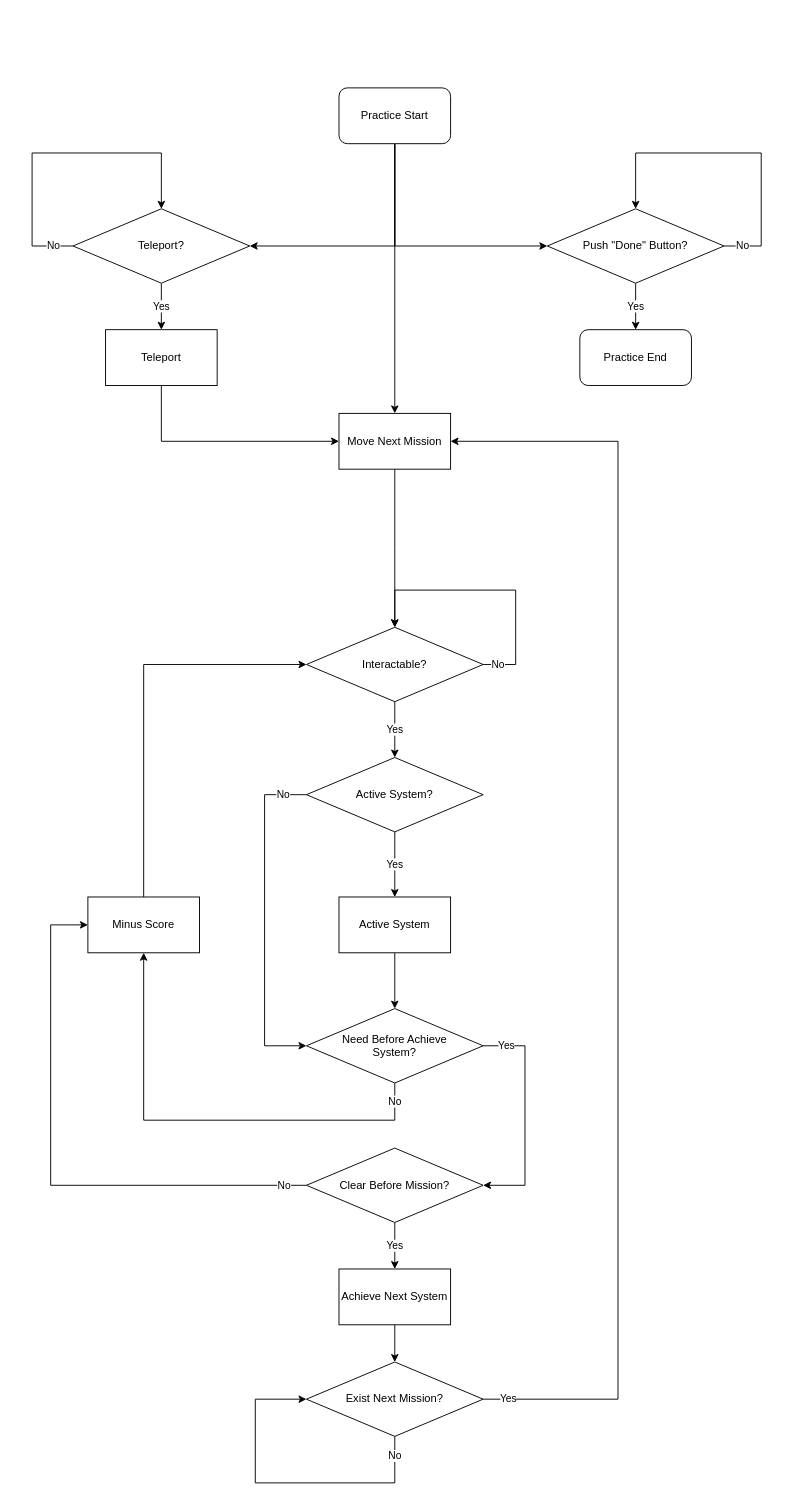
SnowDinn/FlowChart keeps this draw.io diagram as page "Practice System" (8 of 8) of BUKEDU Module FlowChart.drawio. Above is the earlier version. Source tidied: cells renumbered, new cells numbered last; positions are measured from the earlier drawing's top-left corner, leaving out a move shared by most shapes. Both pictures are drawn from the tidied source at 93%, with x=0, y=0 at pixel (32, 87).
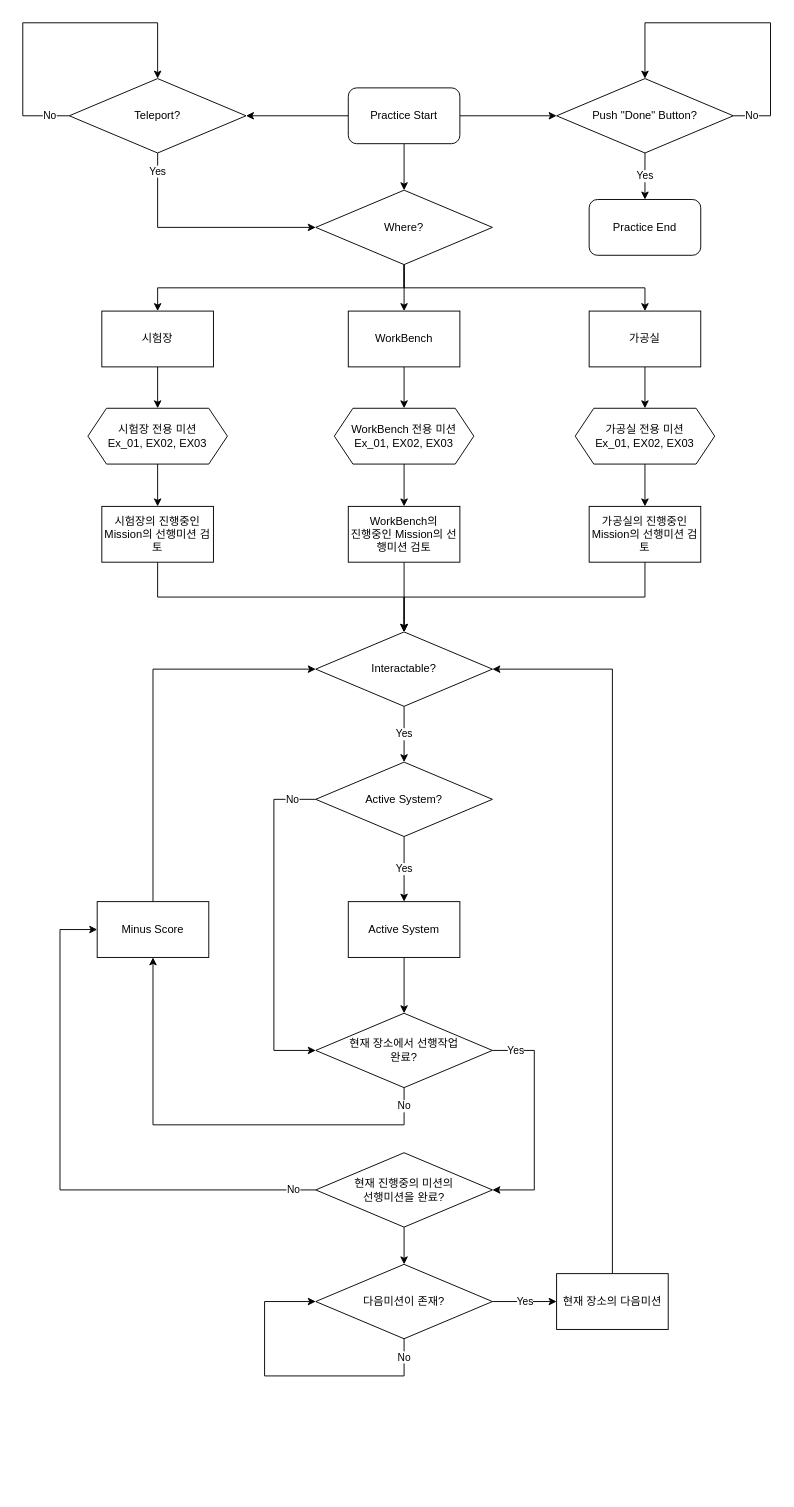
Above is the later version.

Diff of the diagram source:
```diff
@@
-    <mxCell id="2" style="edgeStyle=orthogonalEdgeStyle;rounded=0;jettySize=auto;html=1;exitX=0.5;exitY=1;exitDx=0;exitDy=0;entryX=0;entryY=0.5;entryDx=0;entryDy=0;" parent="1" edge="1" source="5" target="7">
+    <mxCell id="2" style="edgeStyle=orthogonalEdgeStyle;rounded=0;jettySize=auto;html=1;exitX=1;exitY=0.5;exitDx=0;exitDy=0;entryX=0;entryY=0.5;entryDx=0;entryDy=0;" parent="1" edge="1" source="5" target="7">
       <mxGeometry relative="1" as="geometry" />
     </mxCell>
-    <mxCell id="3" style="edgeStyle=orthogonalEdgeStyle;rounded=0;jettySize=auto;html=1;exitX=0.5;exitY=1;exitDx=0;exitDy=0;entryX=1;entryY=0.5;entryDx=0;entryDy=0;" parent="1" edge="1" source="5" target="23">
+    <mxCell id="3" style="edgeStyle=orthogonalEdgeStyle;rounded=0;jettySize=auto;html=1;exitX=0;exitY=0.5;exitDx=0;exitDy=0;entryX=1;entryY=0.5;entryDx=0;entryDy=0;" parent="1" edge="1" source="5" target="23">
       <mxGeometry relative="1" as="geometry" />
     </mxCell>
-    <mxCell id="4" style="edgeStyle=orthogonalEdgeStyle;rounded=0;jettySize=auto;html=1;exitX=0.5;exitY=1;exitDx=0;exitDy=0;entryX=0.5;entryY=0;entryDx=0;entryDy=0;" parent="1" edge="1" source="5" target="29">
-      <mxGeometry relative="1" as="geometry" />
-    </mxCell>
+    <mxCell id="38" style="edgeStyle=orthogonalEdgeStyle;rounded=0;jettySize=auto;html=1;exitX=0.5;exitY=1;exitDx=0;exitDy=0;entryX=0.5;entryY=0;entryDx=0;entryDy=0;" parent="1" edge="1" source="5" target="46">
+      <mxGeometry relative="1" as="geometry" />
+    </mxCell>
     <mxCell id="5" value="Practice Start" style="rounded=1;whiteSpace=wrap;html=1;" parent="1" vertex="1">
-      <mxGeometry x="330" width="120" height="60" as="geometry" />
+      <mxGeometry x="340" width="120" height="60" as="geometry" />
     </mxCell>
@@
     <mxCell id="7" value="Push &quot;Done&quot; Button?" style="rhombus;whiteSpace=wrap;html=1;" parent="1" vertex="1">
-      <mxGeometry x="554" y="130" width="190" height="80" as="geometry" />
+      <mxGeometry x="564" y="-10" width="190" height="80" as="geometry" />
     </mxCell>
@@
     <mxCell id="9" value="No" style="edgeStyle=orthogonalEdgeStyle;rounded=0;jettySize=auto;html=1;exitX=0;exitY=0.5;exitDx=0;exitDy=0;entryX=0;entryY=0.5;entryDx=0;entryDy=0;" parent="1" edge="1" source="10" target="17">
       <mxGeometry x="-0.86" relative="1" as="geometry">
         <Array as="points">
-          <mxPoint x="250" y="760" />
-          <mxPoint x="250" y="1030" />
+          <mxPoint x="260" y="765" />
+          <mxPoint x="260" y="1035" />
         </Array>
       </mxGeometry>
     </mxCell>
     <mxCell id="10" value="Active System?" style="rhombus;whiteSpace=wrap;html=1;" parent="1" vertex="1">
-      <mxGeometry x="295" y="720" width="190" height="80" as="geometry" />
+      <mxGeometry x="305" y="725" width="190" height="80" as="geometry" />
     </mxCell>
@@
     <mxCell id="12" value="Minus Score" style="rounded=0;whiteSpace=wrap;html=1;" parent="1" vertex="1">
-      <mxGeometry x="60" y="870" width="120" height="60" as="geometry" />
+      <mxGeometry x="70" y="875" width="120" height="60" as="geometry" />
     </mxCell>
@@
     <mxCell id="14" value="Interactable?" style="rhombus;whiteSpace=wrap;html=1;" parent="1" vertex="1">
-      <mxGeometry x="295" y="580" width="190" height="80" as="geometry" />
+      <mxGeometry x="305" y="585" width="190" height="80" as="geometry" />
     </mxCell>
     <mxCell id="15" value="No" style="edgeStyle=orthogonalEdgeStyle;rounded=0;jettySize=auto;html=1;exitX=0.5;exitY=1;exitDx=0;exitDy=0;entryX=0.5;entryY=1;entryDx=0;entryDy=0;" parent="1" edge="1" source="17" target="12">
       <mxGeometry x="-0.92" relative="1" as="geometry">
         <Array as="points">
-          <mxPoint x="390" y="1110" />
-          <mxPoint x="120" y="1110" />
+          <mxPoint x="400" y="1115" />
+          <mxPoint x="130" y="1115" />
         </Array>
       </mxGeometry>
     </mxCell>
     <mxCell id="16" value="Yes" style="edgeStyle=orthogonalEdgeStyle;rounded=0;jettySize=auto;html=1;exitX=1;exitY=0.5;exitDx=0;exitDy=0;entryX=1;entryY=0.5;entryDx=0;entryDy=0;" parent="1" edge="1" source="17" target="34">
       <mxGeometry x="-0.79" relative="1" as="geometry">
         <Array as="points">
-          <mxPoint x="530" y="1030" />
-          <mxPoint x="530" y="1180" />
+          <mxPoint x="540" y="1035" />
+          <mxPoint x="540" y="1185" />
         </Array>
       </mxGeometry>
     </mxCell>
-    <mxCell id="17" value="Need Before A&lt;span style=&quot;font-family: , &amp;#34;gulim&amp;#34; , &amp;#34;helvetica&amp;#34; , &amp;#34;나눔바른고딕 옛한글&amp;#34; , &amp;#34;nanumbarungothic yethangul&amp;#34; , , sans-serif ; text-align: left ; background-color: rgb(255 , 255 , 255)&quot;&gt;chieve&lt;/span&gt;&lt;br&gt;System?" style="rhombus;whiteSpace=wrap;html=1;" parent="1" vertex="1">
-      <mxGeometry x="295" y="990" width="190" height="80" as="geometry" />
+    <mxCell id="17" value="현재 장소에서 선행작업&lt;br&gt;완료?" style="rhombus;whiteSpace=wrap;html=1;" parent="1" vertex="1">
+      <mxGeometry x="305" y="995" width="190" height="80" as="geometry" />
     </mxCell>
@@
     <mxCell id="19" value="Active System" style="rounded=0;whiteSpace=wrap;html=1;" parent="1" vertex="1">
-      <mxGeometry x="330" y="870" width="120" height="60" as="geometry" />
+      <mxGeometry x="340" y="875" width="120" height="60" as="geometry" />
     </mxCell>
     <mxCell id="20" value="Practice End" style="rounded=1;whiteSpace=wrap;html=1;" parent="1" vertex="1">
-      <mxGeometry x="589" y="260" width="120" height="60" as="geometry" />
+      <mxGeometry x="599" y="120" width="120" height="60" as="geometry" />
     </mxCell>
-    <mxCell id="21" value="No" style="edgeStyle=orthogonalEdgeStyle;rounded=0;orthogonalLoop=1;jettySize=auto;html=1;exitX=1;exitY=0.5;exitDx=0;exitDy=0;entryX=0.5;entryY=0;entryDx=0;entryDy=0;" parent="1" edge="1" source="14" target="14">
-      <mxGeometry x="-0.89" relative="1" as="geometry">
-        <Array as="points">
-          <mxPoint x="520" y="620" />
-          <mxPoint x="520" y="540" />
-          <mxPoint x="390" y="540" />
-        </Array>
-      </mxGeometry>
-    </mxCell>
-    <mxCell id="22" value="Yes" style="edgeStyle=orthogonalEdgeStyle;rounded=0;jettySize=auto;html=1;exitX=0.5;exitY=1;exitDx=0;exitDy=0;entryX=0.5;entryY=0;entryDx=0;entryDy=0;" parent="1" edge="1" source="23" target="25">
-      <mxGeometry relative="1" as="geometry" />
-    </mxCell>
+    <mxCell id="39" value="Yes" style="edgeStyle=orthogonalEdgeStyle;rounded=0;jettySize=auto;html=1;exitX=0.5;exitY=1;exitDx=0;exitDy=0;entryX=0;entryY=0.5;entryDx=0;entryDy=0;" parent="1" edge="1" source="23" target="46">
+      <mxGeometry x="-0.84" relative="1" as="geometry" />
+    </mxCell>
     <mxCell id="23" value="Teleport?" style="rhombus;whiteSpace=wrap;html=1;" parent="1" vertex="1">
-      <mxGeometry x="44" y="130" width="190" height="80" as="geometry" />
+      <mxGeometry x="40" y="-10" width="190" height="80" as="geometry" />
     </mxCell>
-    <mxCell id="24" style="edgeStyle=orthogonalEdgeStyle;rounded=0;jettySize=auto;html=1;exitX=0.5;exitY=1;exitDx=0;exitDy=0;entryX=0;entryY=0.5;entryDx=0;entryDy=0;" parent="1" edge="1" source="25" target="29">
-      <mxGeometry relative="1" as="geometry" />
-    </mxCell>
-    <mxCell id="25" value="Teleport" style="rounded=0;whiteSpace=wrap;html=1;" parent="1" vertex="1">
-      <mxGeometry x="79" y="260" width="120" height="60" as="geometry" />
-    </mxCell>
     <mxCell id="26" value="No" style="edgeStyle=orthogonalEdgeStyle;rounded=0;orthogonalLoop=1;jettySize=auto;html=1;exitX=0;exitY=0.5;exitDx=0;exitDy=0;entryX=0.5;entryY=0;entryDx=0;entryDy=0;" parent="1" edge="1" source="23" target="23">
       <mxGeometry x="-0.88" relative="1" as="geometry">
         <Array as="points">
-          <mxPoint y="170" />
-          <mxPoint y="70" />
-          <mxPoint x="139" y="70" />
+          <mxPoint x="-10" y="30" />
+          <mxPoint x="-10" y="-70" />
+          <mxPoint x="135" y="-70" />
         </Array>
       </mxGeometry>
     </mxCell>
     <mxCell id="27" value="No" style="edgeStyle=orthogonalEdgeStyle;rounded=0;orthogonalLoop=1;jettySize=auto;html=1;exitX=1;exitY=0.5;exitDx=0;exitDy=0;entryX=0.5;entryY=0;entryDx=0;entryDy=0;" parent="1" edge="1" source="7" target="7">
       <mxGeometry x="-0.88" relative="1" as="geometry">
         <Array as="points">
-          <mxPoint x="784" y="170" />
-          <mxPoint x="784" y="70" />
-          <mxPoint x="649" y="70" />
+          <mxPoint x="794" y="30" />
+          <mxPoint x="794" y="-70" />
+          <mxPoint x="659" y="-70" />
         </Array>
       </mxGeometry>
     </mxCell>
-    <mxCell id="28" style="edgeStyle=orthogonalEdgeStyle;rounded=0;jettySize=auto;html=1;exitX=0.5;exitY=1;exitDx=0;exitDy=0;" parent="1" edge="1" source="29">
-      <mxGeometry relative="1" as="geometry">
-        <mxPoint x="390" y="580" as="targetPoint" />
-      </mxGeometry>
-    </mxCell>
-    <mxCell id="29" value="Move Next Mission" style="rounded=0;whiteSpace=wrap;html=1;" parent="1" vertex="1">
-      <mxGeometry x="330" y="350" width="120" height="60" as="geometry" />
-    </mxCell>
-    <mxCell id="30" value="Yes" style="edgeStyle=orthogonalEdgeStyle;rounded=0;jettySize=auto;html=1;exitX=1;exitY=0.5;exitDx=0;exitDy=0;entryX=1;entryY=0.5;entryDx=0;entryDy=0;" parent="1" edge="1" source="31" target="29">
-      <mxGeometry x="-0.96" relative="1" as="geometry">
-        <Array as="points">
-          <mxPoint x="630" y="1410" />
-          <mxPoint x="630" y="380" />
-        </Array>
-      </mxGeometry>
-    </mxCell>
+    <mxCell id="40" value="Yes" style="edgeStyle=orthogonalEdgeStyle;rounded=0;jettySize=auto;html=1;exitX=1;exitY=0.5;exitDx=0;exitDy=0;entryX=0;entryY=0.5;entryDx=0;entryDy=0;" parent="1" edge="1" source="31" target="36">
+      <mxGeometry relative="1" as="geometry" />
+    </mxCell>
-    <mxCell id="31" value="Exist Next Mission?" style="rhombus;whiteSpace=wrap;html=1;" parent="1" vertex="1">
-      <mxGeometry x="295" y="1370" width="190" height="80" as="geometry" />
+    <mxCell id="31" value="다음미션이 존재?" style="rhombus;whiteSpace=wrap;html=1;" parent="1" vertex="1">
+      <mxGeometry x="305" y="1265" width="190" height="80" as="geometry" />
     </mxCell>
     <mxCell id="32" value="No" style="edgeStyle=orthogonalEdgeStyle;rounded=0;jettySize=auto;html=1;exitX=0;exitY=0.5;exitDx=0;exitDy=0;entryX=0;entryY=0.5;entryDx=0;entryDy=0;" parent="1" edge="1" source="34" target="12">
       <mxGeometry x="-0.92" relative="1" as="geometry">
         <Array as="points">
-          <mxPoint x="20" y="1180" />
-          <mxPoint x="20" y="900" />
+          <mxPoint x="30" y="1185" />
+          <mxPoint x="30" y="905" />
         </Array>
       </mxGeometry>
     </mxCell>
-    <mxCell id="33" value="Yes" style="edgeStyle=orthogonalEdgeStyle;rounded=0;jettySize=auto;html=1;exitX=0.5;exitY=1;exitDx=0;exitDy=0;entryX=0.5;entryY=0;entryDx=0;entryDy=0;" parent="1" edge="1" source="34" target="36">
-      <mxGeometry relative="1" as="geometry" />
-    </mxCell>
+    <mxCell id="41" style="edgeStyle=orthogonalEdgeStyle;rounded=0;jettySize=auto;html=1;exitX=0.5;exitY=1;exitDx=0;exitDy=0;" parent="1" edge="1" source="34" target="31">
+      <mxGeometry relative="1" as="geometry" />
+    </mxCell>
-    <mxCell id="34" value="Clear Before Mission?" style="rhombus;whiteSpace=wrap;html=1;" parent="1" vertex="1">
-      <mxGeometry x="295" y="1140" width="190" height="80" as="geometry" />
+    <mxCell id="34" value="현재 진행중의 미션의&lt;br&gt;선행미션을 완료?" style="rhombus;whiteSpace=wrap;html=1;" parent="1" vertex="1">
+      <mxGeometry x="305" y="1145" width="190" height="80" as="geometry" />
     </mxCell>
-    <mxCell id="35" style="edgeStyle=orthogonalEdgeStyle;rounded=0;jettySize=auto;html=1;exitX=0.5;exitY=1;exitDx=0;exitDy=0;" parent="1" edge="1" source="36" target="31">
-      <mxGeometry relative="1" as="geometry" />
-    </mxCell>
+    <mxCell id="42" style="edgeStyle=orthogonalEdgeStyle;rounded=0;jettySize=auto;html=1;exitX=0.5;exitY=0;exitDx=0;exitDy=0;entryX=1;entryY=0.5;entryDx=0;entryDy=0;" parent="1" edge="1" source="36" target="14">
+      <mxGeometry relative="1" as="geometry" />
+    </mxCell>
-    <mxCell id="36" value="&lt;span style=&quot;font-family: , &amp;#34;gulim&amp;#34; , &amp;#34;helvetica&amp;#34; , &amp;#34;나눔바른고딕 옛한글&amp;#34; , &amp;#34;nanumbarungothic yethangul&amp;#34; , , sans-serif ; text-align: left ; background-color: rgb(255 , 255 , 255)&quot;&gt;Achieve Next System&lt;/span&gt;" style="rounded=0;whiteSpace=wrap;html=1;" parent="1" vertex="1">
-      <mxGeometry x="330" y="1270" width="120" height="60" as="geometry" />
+    <mxCell id="36" value="&lt;span style=&quot;font-family: , &amp;#34;gulim&amp;#34; , &amp;#34;helvetica&amp;#34; , &amp;#34;나눔바른고딕 옛한글&amp;#34; , &amp;#34;nanumbarungothic yethangul&amp;#34; , , sans-serif ; text-align: left ; background-color: rgb(255 , 255 , 255)&quot;&gt;현재 장소의 다음미션&lt;/span&gt;" style="rounded=0;whiteSpace=wrap;html=1;" parent="1" vertex="1">
+      <mxGeometry x="564" y="1275" width="120" height="60" as="geometry" />
     </mxCell>
+    <mxCell id="43" style="edgeStyle=orthogonalEdgeStyle;rounded=0;jettySize=auto;html=1;exitX=0.5;exitY=1;exitDx=0;exitDy=0;entryX=0.5;entryY=0;entryDx=0;entryDy=0;" parent="1" edge="1" source="46" target="48">
+      <mxGeometry relative="1" as="geometry" />
+    </mxCell>
+    <mxCell id="44" style="edgeStyle=orthogonalEdgeStyle;rounded=0;jettySize=auto;html=1;exitX=0.5;exitY=1;exitDx=0;exitDy=0;entryX=0.5;entryY=0;entryDx=0;entryDy=0;" parent="1" edge="1" source="46" target="50">
+      <mxGeometry relative="1" as="geometry" />
+    </mxCell>
+    <mxCell id="45" style="edgeStyle=orthogonalEdgeStyle;rounded=0;jettySize=auto;html=1;exitX=0.5;exitY=1;exitDx=0;exitDy=0;" parent="1" edge="1" source="46" target="52">
+      <mxGeometry relative="1" as="geometry" />
+    </mxCell>
+    <mxCell id="46" value="Where?" style="rhombus;whiteSpace=wrap;html=1;" parent="1" vertex="1">
+      <mxGeometry x="305" y="110" width="190" height="80" as="geometry" />
+    </mxCell>
+    <mxCell id="47" style="edgeStyle=orthogonalEdgeStyle;rounded=0;jettySize=auto;html=1;exitX=0.5;exitY=1;exitDx=0;exitDy=0;entryX=0.5;entryY=0;entryDx=0;entryDy=0;" parent="1" edge="1" source="48" target="62">
+      <mxGeometry relative="1" as="geometry" />
+    </mxCell>
+    <mxCell id="48" value="WorkBench" style="rounded=0;whiteSpace=wrap;html=1;" parent="1" vertex="1">
+      <mxGeometry x="340" y="240" width="120" height="60" as="geometry" />
+    </mxCell>
+    <mxCell id="49" style="edgeStyle=orthogonalEdgeStyle;rounded=0;jettySize=auto;html=1;exitX=0.5;exitY=1;exitDx=0;exitDy=0;entryX=0.5;entryY=0;entryDx=0;entryDy=0;" parent="1" edge="1" source="50" target="60">
+      <mxGeometry relative="1" as="geometry" />
+    </mxCell>
+    <mxCell id="50" value="시험장" style="rounded=0;whiteSpace=wrap;html=1;" parent="1" vertex="1">
+      <mxGeometry x="75" y="240" width="120" height="60" as="geometry" />
+    </mxCell>
+    <mxCell id="51" style="edgeStyle=orthogonalEdgeStyle;rounded=0;jettySize=auto;html=1;exitX=0.5;exitY=1;exitDx=0;exitDy=0;entryX=0.5;entryY=0;entryDx=0;entryDy=0;" parent="1" edge="1" source="52" target="64">
+      <mxGeometry relative="1" as="geometry" />
+    </mxCell>
+    <mxCell id="52" value="가공실" style="rounded=0;whiteSpace=wrap;html=1;" parent="1" vertex="1">
+      <mxGeometry x="599" y="240" width="120" height="60" as="geometry" />
+    </mxCell>
+    <mxCell id="53" style="edgeStyle=orthogonalEdgeStyle;rounded=0;jettySize=auto;html=1;exitX=0.5;exitY=1;exitDx=0;exitDy=0;entryX=0.5;entryY=0;entryDx=0;entryDy=0;" parent="1" edge="1" source="54" target="14">
+      <mxGeometry relative="1" as="geometry" />
+    </mxCell>
+    <mxCell id="54" value="시험장의 진행중인&lt;br&gt;Mission의 선행미션 검토" style="rounded=0;whiteSpace=wrap;html=1;" parent="1" vertex="1">
+      <mxGeometry x="75" y="450" width="120" height="60" as="geometry" />
+    </mxCell>
+    <mxCell id="55" style="edgeStyle=orthogonalEdgeStyle;rounded=0;jettySize=auto;html=1;exitX=0.5;exitY=1;exitDx=0;exitDy=0;" parent="1" edge="1" source="56" target="14">
+      <mxGeometry relative="1" as="geometry" />
+    </mxCell>
+    <mxCell id="56" value="WorkBench의&lt;br&gt;진행중인 Mission의 선행미션 검토" style="rounded=0;whiteSpace=wrap;html=1;" parent="1" vertex="1">
+      <mxGeometry x="340" y="450" width="120" height="60" as="geometry" />
+    </mxCell>
+    <mxCell id="57" style="edgeStyle=orthogonalEdgeStyle;rounded=0;jettySize=auto;html=1;exitX=0.5;exitY=1;exitDx=0;exitDy=0;" parent="1" edge="1" source="58" target="14">
+      <mxGeometry relative="1" as="geometry" />
+    </mxCell>
+    <mxCell id="58" value="가공실의 진행중인&lt;br&gt;Mission의 선행미션 검토" style="rounded=0;whiteSpace=wrap;html=1;" parent="1" vertex="1">
+      <mxGeometry x="599" y="450" width="120" height="60" as="geometry" />
+    </mxCell>
     <mxCell id="37" value="No" style="edgeStyle=orthogonalEdgeStyle;rounded=0;orthogonalLoop=1;jettySize=auto;html=1;exitX=0.5;exitY=1;exitDx=0;exitDy=0;entryX=0;entryY=0.5;entryDx=0;entryDy=0;" parent="1" edge="1" source="31" target="31">
       <mxGeometry x="-0.88" relative="1" as="geometry">
         <Array as="points">
-          <mxPoint x="390" y="1500" />
-          <mxPoint x="240" y="1500" />
-          <mxPoint x="240" y="1410" />
+          <mxPoint x="400" y="1385" />
+          <mxPoint x="250" y="1385" />
+          <mxPoint x="250" y="1305" />
         </Array>
       </mxGeometry>
     </mxCell>
+    <mxCell id="59" style="edgeStyle=orthogonalEdgeStyle;rounded=0;jettySize=auto;html=1;exitX=0.5;exitY=1;exitDx=0;exitDy=0;entryX=0.5;entryY=0;entryDx=0;entryDy=0;" parent="1" edge="1" source="60" target="54">
+      <mxGeometry relative="1" as="geometry" />
+    </mxCell>
+    <mxCell id="60" value="시험장 전용 미션&lt;br&gt;Ex_01, EX02, EX03" style="shape=hexagon;perimeter=hexagonPerimeter2;whiteSpace=wrap;html=1;fixedSize=1;" parent="1" vertex="1">
+      <mxGeometry x="60" y="344.5" width="150" height="60" as="geometry" />
+    </mxCell>
+    <mxCell id="61" style="edgeStyle=orthogonalEdgeStyle;rounded=0;jettySize=auto;html=1;exitX=0.5;exitY=1;exitDx=0;exitDy=0;" parent="1" edge="1" source="62" target="56">
+      <mxGeometry relative="1" as="geometry" />
+    </mxCell>
+    <mxCell id="62" value="WorkBench&amp;nbsp;전용 미션&lt;br&gt;Ex_01, EX02, EX03" style="shape=hexagon;perimeter=hexagonPerimeter2;whiteSpace=wrap;html=1;fixedSize=1;" parent="1" vertex="1">
+      <mxGeometry x="325" y="344.5" width="150" height="60" as="geometry" />
+    </mxCell>
+    <mxCell id="63" style="edgeStyle=orthogonalEdgeStyle;rounded=0;jettySize=auto;html=1;exitX=0.5;exitY=1;exitDx=0;exitDy=0;entryX=0.5;entryY=0;entryDx=0;entryDy=0;" parent="1" edge="1" source="64" target="58">
+      <mxGeometry relative="1" as="geometry" />
+    </mxCell>
+    <mxCell id="64" value="가공실 전용 미션&lt;br&gt;Ex_01, EX02, EX03" style="shape=hexagon;perimeter=hexagonPerimeter2;whiteSpace=wrap;html=1;fixedSize=1;" parent="1" vertex="1">
+      <mxGeometry x="584" y="344.5" width="150" height="60" as="geometry" />
+    </mxCell>
```
